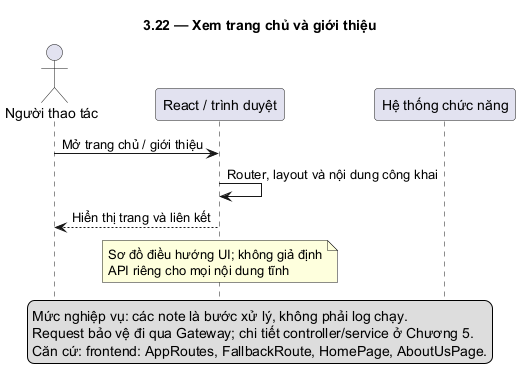
This is docs/diagrams/plantuml/Hình_3.22__Xem_trang_chủ_và_giới_thiệu.png from nguyenminhtri15022006-art/LMS, a PlantUML export, as it was before one commit. Source of this version:
```plantuml
@startuml
skinparam defaultFontName DejaVu Sans
skinparam shadowing false
hide footbox
title 3.22 — Xem trang chủ và giới thiệu
actor "Người thao tác" as U
participant "React / trình duyệt" as F
participant "Hệ thống chức năng" as B
U -> F: Mở trang chủ / giới thiệu
F -> F: Router, layout và nội dung công khai
F --> U: Hiển thị trang và liên kết
note over F: Sơ đồ điều hướng UI; không giả định\nAPI riêng cho mọi nội dung tĩnh
legend bottom
Mức nghiệp vụ: các note là bước xử lý, không phải log chạy.
Request bảo vệ đi qua Gateway; chi tiết controller/service ở Chương 5.
Căn cứ: frontend: AppRoutes, FallbackRoute, HomePage, AboutUsPage.
endlegend
@enduml
```
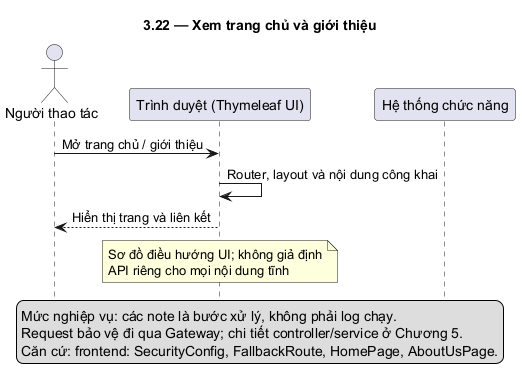
After the change.

Diff of the diagram source:
```diff
@@ -4,7 +4,7 @@
 hide footbox
 title 3.22 — Xem trang chủ và giới thiệu
 actor "Người thao tác" as U
-participant "React / trình duyệt" as F
+participant "Trình duyệt (Thymeleaf UI)" as F
 participant "Hệ thống chức năng" as B
 U -> F: Mở trang chủ / giới thiệu
 F -> F: Router, layout và nội dung công khai
@@ -13,6 +13,6 @@
 legend bottom
 Mức nghiệp vụ: các note là bước xử lý, không phải log chạy.
 Request bảo vệ đi qua Gateway; chi tiết controller/service ở Chương 5.
-Căn cứ: frontend: AppRoutes, FallbackRoute, HomePage, AboutUsPage.
+Căn cứ: frontend: SecurityConfig, FallbackRoute, HomePage, AboutUsPage.
 endlegend
 @enduml
```
